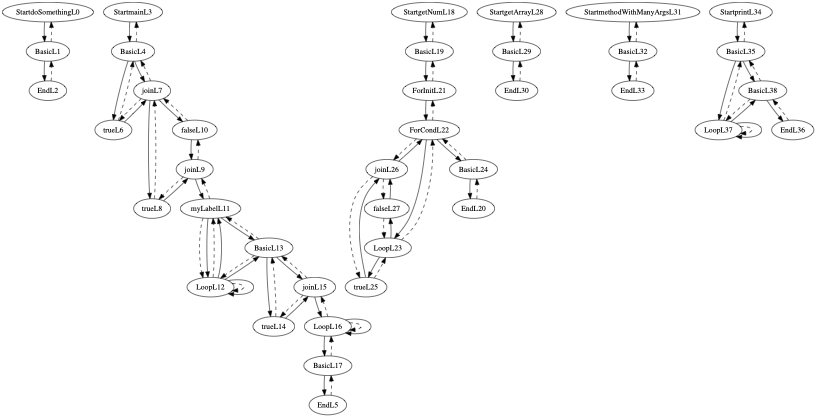
Before: target/classes/cfg.png, a diagram exported from Graphviz (thomassimko/thesis-code-duplication). Its source is kept beside it as target/classes/cfg.gv. The source it was exported from:
```dot
digraph G {
size ="8.5,11";
StartdoSomethingL0 -> BasicL1
BasicL1 -> StartdoSomethingL0 [style=dashed]
BasicL1 -> EndL2
EndL2 -> BasicL1 [style=dashed]
StartmainL3 -> BasicL4
BasicL4 -> StartmainL3 [style=dashed]
BasicL4 -> trueL6
trueL6 -> BasicL4 [style=dashed]
trueL6 -> joinL7
joinL7 -> trueL6 [style=dashed]
joinL7 -> BasicL4 [style=dashed]
joinL7 -> trueL8
trueL8 -> joinL7 [style=dashed]
trueL8 -> joinL9
joinL9 -> trueL8 [style=dashed]
joinL9 -> falseL10 [style=dashed]
joinL9 -> myLabelL11
myLabelL11 -> joinL9 [style=dashed]
myLabelL11 -> LoopL12 [style=dashed]
myLabelL11 -> LoopL12
LoopL12 -> myLabelL11 [style=dashed]
LoopL12 -> LoopL12 [style=dashed]
LoopL12 -> myLabelL11
LoopL12 -> LoopL12
LoopL12 -> BasicL13
BasicL13 -> myLabelL11 [style=dashed]
BasicL13 -> LoopL12 [style=dashed]
BasicL13 -> trueL14
trueL14 -> BasicL13 [style=dashed]
trueL14 -> joinL15
joinL15 -> trueL14 [style=dashed]
joinL15 -> BasicL13 [style=dashed]
joinL15 -> LoopL16
LoopL16 -> joinL15 [style=dashed]
LoopL16 -> LoopL16 [style=dashed]
LoopL16 -> BasicL17
BasicL17 -> LoopL16 [style=dashed]
BasicL17 -> EndL5
EndL5 -> BasicL17 [style=dashed]
LoopL16 -> LoopL16
BasicL13 -> joinL15
myLabelL11 -> BasicL13
joinL7 -> falseL10
falseL10 -> joinL7 [style=dashed]
falseL10 -> joinL9
BasicL4 -> joinL7
StartgetNumL18 -> BasicL19
BasicL19 -> StartgetNumL18 [style=dashed]
BasicL19 -> ForInitL21
ForInitL21 -> BasicL19 [style=dashed]
ForInitL21 -> ForCondL22
ForCondL22 -> ForInitL21 [style=dashed]
ForCondL22 -> joinL26 [style=dashed]
ForCondL22 -> LoopL23
LoopL23 -> ForCondL22 [style=dashed]
LoopL23 -> trueL25
trueL25 -> LoopL23 [style=dashed]
trueL25 -> joinL26
joinL26 -> trueL25 [style=dashed]
joinL26 -> falseL27 [style=dashed]
joinL26 -> ForCondL22
LoopL23 -> falseL27
falseL27 -> LoopL23 [style=dashed]
falseL27 -> joinL26
ForCondL22 -> BasicL24
BasicL24 -> ForCondL22 [style=dashed]
BasicL24 -> EndL20
EndL20 -> BasicL24 [style=dashed]
StartgetArrayL28 -> BasicL29
BasicL29 -> StartgetArrayL28 [style=dashed]
BasicL29 -> EndL30
EndL30 -> BasicL29 [style=dashed]
StartmethodWithManyArgsL31 -> BasicL32
BasicL32 -> StartmethodWithManyArgsL31 [style=dashed]
BasicL32 -> EndL33
EndL33 -> BasicL32 [style=dashed]
StartprintL34 -> BasicL35
BasicL35 -> StartprintL34 [style=dashed]
BasicL35 -> LoopL37
LoopL37 -> BasicL35 [style=dashed]
LoopL37 -> LoopL37 [style=dashed]
LoopL37 -> LoopL37
LoopL37 -> BasicL38
BasicL38 -> BasicL35 [style=dashed]
BasicL38 -> LoopL37 [style=dashed]
BasicL38 -> EndL36
EndL36 -> BasicL38 [style=dashed]
BasicL35 -> BasicL38
}
```
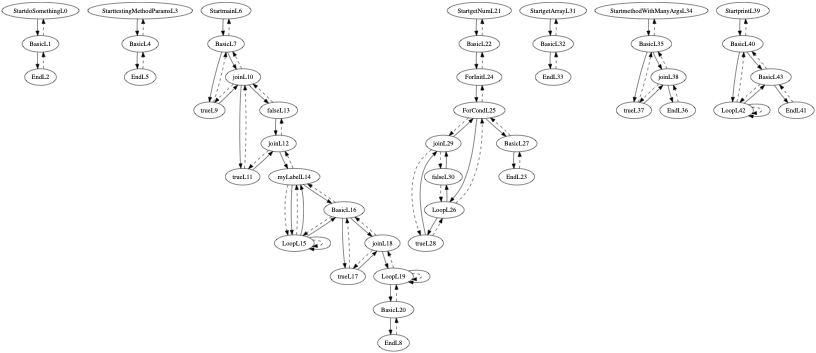
The same diagram one commit later.

What changed in the source:
```diff
@@ -4,88 +4,98 @@
 BasicL1 -> StartdoSomethingL0 [style=dashed]
 BasicL1 -> EndL2
 EndL2 -> BasicL1 [style=dashed]
-StartmainL3 -> BasicL4
-BasicL4 -> StartmainL3 [style=dashed]
-BasicL4 -> trueL6
-trueL6 -> BasicL4 [style=dashed]
-trueL6 -> joinL7
-joinL7 -> trueL6 [style=dashed]
-joinL7 -> BasicL4 [style=dashed]
-joinL7 -> trueL8
-trueL8 -> joinL7 [style=dashed]
-trueL8 -> joinL9
-joinL9 -> trueL8 [style=dashed]
-joinL9 -> falseL10 [style=dashed]
-joinL9 -> myLabelL11
-myLabelL11 -> joinL9 [style=dashed]
-myLabelL11 -> LoopL12 [style=dashed]
-myLabelL11 -> LoopL12
-LoopL12 -> myLabelL11 [style=dashed]
-LoopL12 -> LoopL12 [style=dashed]
-LoopL12 -> myLabelL11
-LoopL12 -> LoopL12
-LoopL12 -> BasicL13
-BasicL13 -> myLabelL11 [style=dashed]
-BasicL13 -> LoopL12 [style=dashed]
-BasicL13 -> trueL14
-trueL14 -> BasicL13 [style=dashed]
-trueL14 -> joinL15
-joinL15 -> trueL14 [style=dashed]
-joinL15 -> BasicL13 [style=dashed]
-joinL15 -> LoopL16
-LoopL16 -> joinL15 [style=dashed]
-LoopL16 -> LoopL16 [style=dashed]
-LoopL16 -> BasicL17
-BasicL17 -> LoopL16 [style=dashed]
-BasicL17 -> EndL5
-EndL5 -> BasicL17 [style=dashed]
-LoopL16 -> LoopL16
-BasicL13 -> joinL15
-myLabelL11 -> BasicL13
-joinL7 -> falseL10
-falseL10 -> joinL7 [style=dashed]
-falseL10 -> joinL9
-BasicL4 -> joinL7
-StartgetNumL18 -> BasicL19
-BasicL19 -> StartgetNumL18 [style=dashed]
-BasicL19 -> ForInitL21
-ForInitL21 -> BasicL19 [style=dashed]
-ForInitL21 -> ForCondL22
-ForCondL22 -> ForInitL21 [style=dashed]
-ForCondL22 -> joinL26 [style=dashed]
-ForCondL22 -> LoopL23
-LoopL23 -> ForCondL22 [style=dashed]
-LoopL23 -> trueL25
-trueL25 -> LoopL23 [style=dashed]
-trueL25 -> joinL26
-joinL26 -> trueL25 [style=dashed]
-joinL26 -> falseL27 [style=dashed]
-joinL26 -> ForCondL22
-LoopL23 -> falseL27
-falseL27 -> LoopL23 [style=dashed]
-falseL27 -> joinL26
-ForCondL22 -> BasicL24
-BasicL24 -> ForCondL22 [style=dashed]
-BasicL24 -> EndL20
-EndL20 -> BasicL24 [style=dashed]
-StartgetArrayL28 -> BasicL29
-BasicL29 -> StartgetArrayL28 [style=dashed]
-BasicL29 -> EndL30
-EndL30 -> BasicL29 [style=dashed]
-StartmethodWithManyArgsL31 -> BasicL32
-BasicL32 -> StartmethodWithManyArgsL31 [style=dashed]
+StarttestingMethodParamsL3 -> BasicL4
+BasicL4 -> StarttestingMethodParamsL3 [style=dashed]
+BasicL4 -> EndL5
+EndL5 -> BasicL4 [style=dashed]
+StartmainL6 -> BasicL7
+BasicL7 -> StartmainL6 [style=dashed]
+BasicL7 -> trueL9
+trueL9 -> BasicL7 [style=dashed]
+trueL9 -> joinL10
+joinL10 -> trueL9 [style=dashed]
+joinL10 -> BasicL7 [style=dashed]
+joinL10 -> trueL11
+trueL11 -> joinL10 [style=dashed]
+trueL11 -> joinL12
+joinL12 -> trueL11 [style=dashed]
+joinL12 -> falseL13 [style=dashed]
+joinL12 -> myLabelL14
+myLabelL14 -> joinL12 [style=dashed]
+myLabelL14 -> LoopL15 [style=dashed]
+myLabelL14 -> LoopL15
+LoopL15 -> myLabelL14 [style=dashed]
+LoopL15 -> LoopL15 [style=dashed]
+LoopL15 -> myLabelL14
+LoopL15 -> LoopL15
+LoopL15 -> BasicL16
+BasicL16 -> myLabelL14 [style=dashed]
+BasicL16 -> LoopL15 [style=dashed]
+BasicL16 -> trueL17
+trueL17 -> BasicL16 [style=dashed]
+trueL17 -> joinL18
+joinL18 -> trueL17 [style=dashed]
+joinL18 -> BasicL16 [style=dashed]
+joinL18 -> LoopL19
+LoopL19 -> joinL18 [style=dashed]
+LoopL19 -> LoopL19 [style=dashed]
+LoopL19 -> BasicL20
+BasicL20 -> LoopL19 [style=dashed]
+BasicL20 -> EndL8
+EndL8 -> BasicL20 [style=dashed]
+LoopL19 -> LoopL19
+BasicL16 -> joinL18
+myLabelL14 -> BasicL16
+joinL10 -> falseL13
+falseL13 -> joinL10 [style=dashed]
+falseL13 -> joinL12
+BasicL7 -> joinL10
+StartgetNumL21 -> BasicL22
+BasicL22 -> StartgetNumL21 [style=dashed]
+BasicL22 -> ForInitL24
+ForInitL24 -> BasicL22 [style=dashed]
+ForInitL24 -> ForCondL25
+ForCondL25 -> ForInitL24 [style=dashed]
+ForCondL25 -> joinL29 [style=dashed]
+ForCondL25 -> LoopL26
+LoopL26 -> ForCondL25 [style=dashed]
+LoopL26 -> trueL28
+trueL28 -> LoopL26 [style=dashed]
+trueL28 -> joinL29
+joinL29 -> trueL28 [style=dashed]
+joinL29 -> falseL30 [style=dashed]
+joinL29 -> ForCondL25
+LoopL26 -> falseL30
+falseL30 -> LoopL26 [style=dashed]
+falseL30 -> joinL29
+ForCondL25 -> BasicL27
+BasicL27 -> ForCondL25 [style=dashed]
+BasicL27 -> EndL23
+EndL23 -> BasicL27 [style=dashed]
+StartgetArrayL31 -> BasicL32
+BasicL32 -> StartgetArrayL31 [style=dashed]
 BasicL32 -> EndL33
 EndL33 -> BasicL32 [style=dashed]
-StartprintL34 -> BasicL35
-BasicL35 -> StartprintL34 [style=dashed]
-BasicL35 -> LoopL37
-LoopL37 -> BasicL35 [style=dashed]
-LoopL37 -> LoopL37 [style=dashed]
-LoopL37 -> LoopL37
-LoopL37 -> BasicL38
-BasicL38 -> BasicL35 [style=dashed]
-BasicL38 -> LoopL37 [style=dashed]
-BasicL38 -> EndL36
-EndL36 -> BasicL38 [style=dashed]
-BasicL35 -> BasicL38
+StartmethodWithManyArgsL34 -> BasicL35
+BasicL35 -> StartmethodWithManyArgsL34 [style=dashed]
+BasicL35 -> trueL37
+trueL37 -> BasicL35 [style=dashed]
+trueL37 -> joinL38
+joinL38 -> trueL37 [style=dashed]
+joinL38 -> BasicL35 [style=dashed]
+joinL38 -> EndL36
+EndL36 -> joinL38 [style=dashed]
+BasicL35 -> joinL38
+StartprintL39 -> BasicL40
+BasicL40 -> StartprintL39 [style=dashed]
+BasicL40 -> LoopL42
+LoopL42 -> BasicL40 [style=dashed]
+LoopL42 -> LoopL42 [style=dashed]
+LoopL42 -> LoopL42
+LoopL42 -> BasicL43
+BasicL43 -> BasicL40 [style=dashed]
+BasicL43 -> LoopL42 [style=dashed]
+BasicL43 -> EndL41
+EndL41 -> BasicL43 [style=dashed]
+BasicL40 -> BasicL43
 }
```
